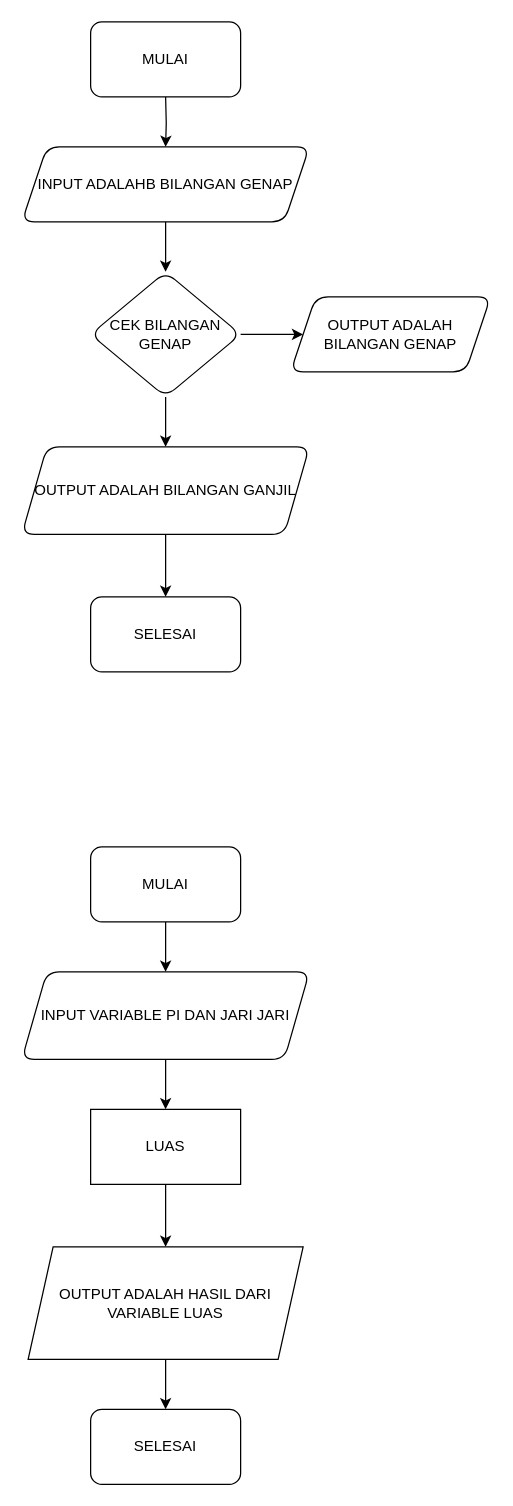
Before: Untitled Diagram.drawio in zxkaryansz/algo_C_23241102, a draw.io diagram. Source tidied: cells renumbered, new cells numbered last; positions are measured from the earlier drawing's top-left corner, leaving out a move shared by most shapes. Both pictures are drawn from the tidied source at 125%, with x=0, y=0 at pixel (21, 21).
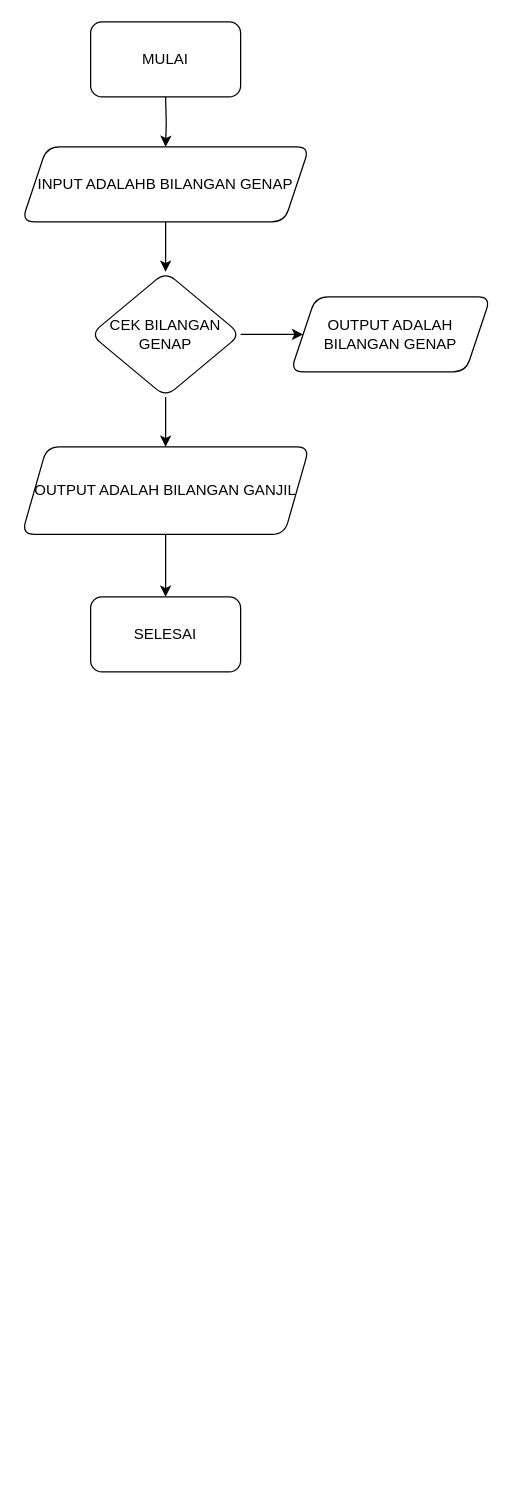
The same diagram, later.

Commit message:
MENENTUKAN GANJIL GENAP.drawio

Change to the diagram source:
```diff
@@
-    <mxCell id="13" style="edgeStyle=orthogonalEdgeStyle;rounded=0;jettySize=auto;html=1;" parent="1" edge="1" source="14" target="16">
-      <mxGeometry relative="1" as="geometry" />
-    </mxCell>
-    <mxCell id="14" value="MULAI" style="rounded=1;whiteSpace=wrap;html=1;" parent="1" vertex="1">
-      <mxGeometry x="55" y="660" width="120" height="60" as="geometry" />
-    </mxCell>
-    <mxCell id="15" style="edgeStyle=orthogonalEdgeStyle;rounded=0;jettySize=auto;html=1;" parent="1" edge="1" source="16">
-      <mxGeometry relative="1" as="geometry">
-        <mxPoint x="115" y="870" as="targetPoint" />
-      </mxGeometry>
-    </mxCell>
-    <mxCell id="16" value="INPUT VARIABLE PI DAN JARI JARI" style="shape=parallelogram;perimeter=parallelogramPerimeter;whiteSpace=wrap;html=1;fixedSize=1;rounded=1;" parent="1" vertex="1">
-      <mxGeometry y="760" width="230" height="70" as="geometry" />
-    </mxCell>
-    <mxCell id="17" style="edgeStyle=orthogonalEdgeStyle;rounded=0;jettySize=auto;html=1;" parent="1" edge="1" source="18" target="20">
-      <mxGeometry relative="1" as="geometry" />
-    </mxCell>
-    <mxCell id="18" value="LUAS" style="rounded=0;whiteSpace=wrap;html=1;" parent="1" vertex="1">
-      <mxGeometry x="55" y="870" width="120" height="60" as="geometry" />
-    </mxCell>
-    <mxCell id="19" style="edgeStyle=orthogonalEdgeStyle;rounded=0;jettySize=auto;html=1;" parent="1" edge="1" source="20" target="21">
-      <mxGeometry relative="1" as="geometry" />
-    </mxCell>
-    <mxCell id="20" value="OUTPUT ADALAH HASIL DARI VARIABLE LUAS" style="shape=parallelogram;perimeter=parallelogramPerimeter;whiteSpace=wrap;html=1;fixedSize=1;rounded=0;" parent="1" vertex="1">
-      <mxGeometry x="5" y="980" width="220" height="90" as="geometry" />
-    </mxCell>
-    <mxCell id="21" value="SELESAI" style="rounded=1;whiteSpace=wrap;html=1;" parent="1" vertex="1">
-      <mxGeometry x="55" y="1110" width="120" height="60" as="geometry" />
-    </mxCell>
```
